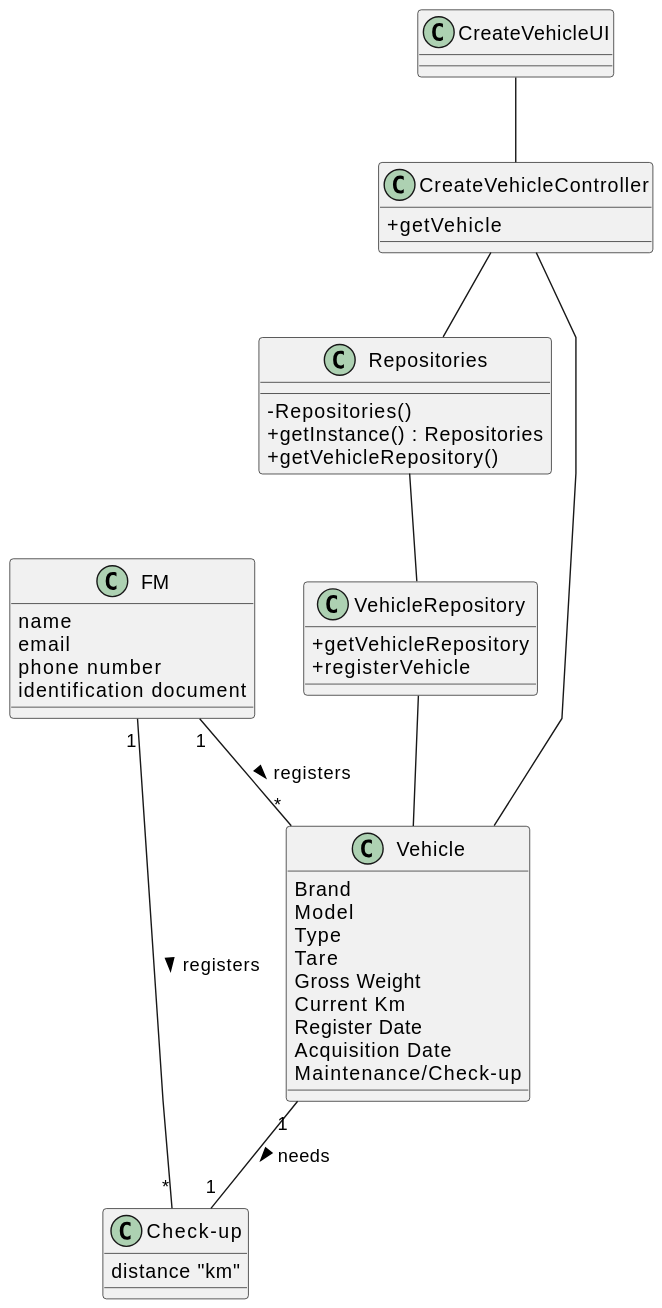
Above: docs/sprintC/us020/03.design/svg/us020-class-diagram.svg in Departamento-de-Engenharia-Informatica/lei-24-s2-1dl-g121 (PlantUML), before the change. The source it was exported from:
```plantuml
@startuml
skinparam packageStyle rectangle
skinparam shadowing false
skinparam linetype polyline

skinparam classAttributeIconSize 0


class VehicleRepository{
    +getVehicleRepository
    +registerVehicle
}

class CreateVehicleUI{

}

class Repositories {
    - Repositories()
    + getInstance() : Repositories
    + getVehicleRepository()
}

class CreateVehicleController{
    +getVehicle

}

class FM{
    name
    email
    phone number
    identification document
}


class Vehicle{
    Brand
    Model
    Type
    Tare
    Gross Weight
    Current Km
    Register Date
    Acquisition Date
    Maintenance/Check-up
}

class Check-up{
    distance "km"
}

CreateVehicleUI -- CreateVehicleController
Repositories -- VehicleRepository
CreateVehicleController -- Repositories
VehicleRepository -- Vehicle
CreateVehicleController -- Vehicle
FM "1" -- "*" Vehicle : registers >
FM "1" -- "*" "Check-up" : registers >
Vehicle "1" -- "1" "Check-up" : needs >
@enduml
```
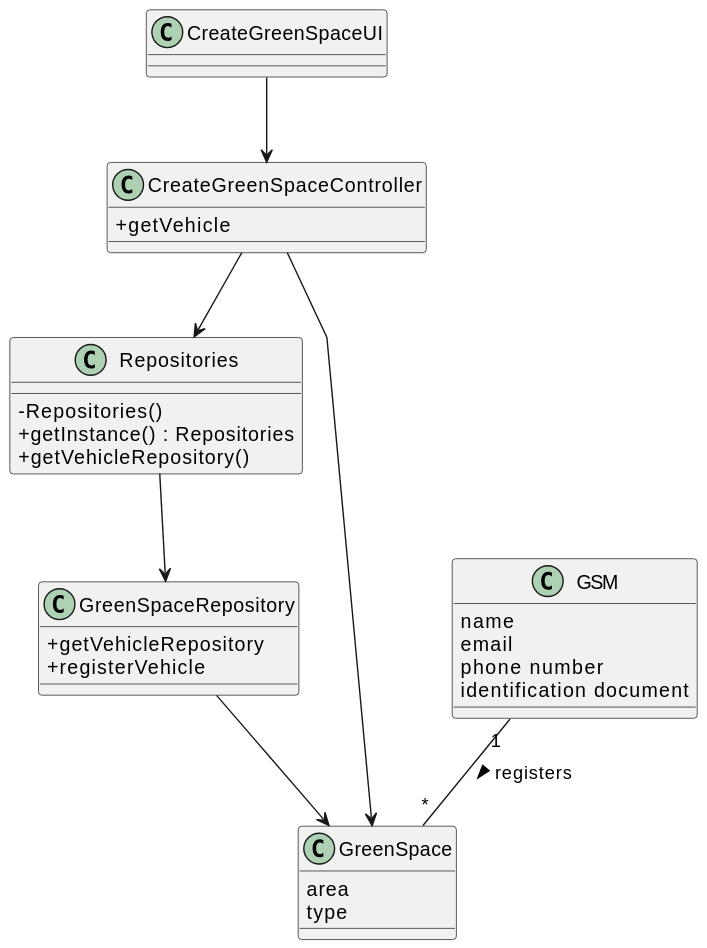
Later version of the same file.

Commit message:
class diagram and sequence diagram us020

The edit, as a diff of the source:
```diff
@@ -6,12 +6,12 @@
 skinparam classAttributeIconSize 0
 
 
-class VehicleRepository{
+class GreenSpaceRepository{
     +getVehicleRepository
     +registerVehicle
 }
 
-class CreateVehicleUI{
+class CreateGreenSpaceUI{
 
 }
 
@@ -21,12 +21,12 @@
     + getVehicleRepository()
 }
 
-class CreateVehicleController{
+class CreateGreenSpaceController{
     +getVehicle
 
 }
 
-class FM{
+class GSM{
     name
     email
     phone number
@@ -34,28 +34,17 @@
 }
 
 
-class Vehicle{
-    Brand
-    Model
-    Type
-    Tare
-    Gross Weight
-    Current Km
-    Register Date
-    Acquisition Date
-    Maintenance/Check-up
+class GreenSpace{
+    area
+    type
 }
 
-class Check-up{
-    distance "km"
-}
 
-CreateVehicleUI -- CreateVehicleController
-Repositories -- VehicleRepository
-CreateVehicleController -- Repositories
-VehicleRepository -- Vehicle
-CreateVehicleController -- Vehicle
-FM "1" -- "*" Vehicle : registers >
-FM "1" -- "*" "Check-up" : registers >
-Vehicle "1" -- "1" "Check-up" : needs >
+
+CreateGreenSpaceUI --> CreateGreenSpaceController
+Repositories --> GreenSpaceRepository
+CreateGreenSpaceController --> Repositories
+GreenSpaceRepository --> GreenSpace
+CreateGreenSpaceController --> GreenSpace
+GSM "1" -- "*" GreenSpace : registers >
 @enduml
```
